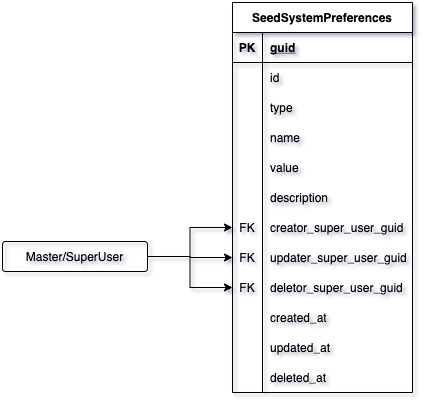
This is basedata/entities/images/ConfigSeedSystemPreferencesTable.png from 4uRest/documentation, a draw.io export, as it was before one commit. Source tidied: cells renumbered, new cells last; positions are measured from the earlier drawing's top-left corner, leaving out a move shared by most shapes. The source it was exported from:
```xml
<mxGraphModel>
  <root>
    <mxCell id="0" />
    <mxCell id="1" parent="0" />
    <mxCell id="2" value="SeedSystemPreferences" style="shape=table;startSize=30;rowLines=0;fontStyle=1;align=center;" parent="1" vertex="1">
      <mxGeometry x="230" width="180" height="390" as="geometry" />
    </mxCell>
    <mxCell id="3" style="shape=partialRectangle;fillColor=none;top=0;left=0;bottom=1;right=0;points=[[0,0.5],[1,0.5]];portConstraint=eastwest;" parent="2" vertex="1">
      <mxGeometry y="30" width="180" height="30" as="geometry" />
    </mxCell>
    <mxCell id="4" value="PK" style="shape=partialRectangle;fillColor=none;top=0;left=0;bottom=0;right=0;fontStyle=1;overflow=hidden;" parent="3" vertex="1">
      <mxGeometry width="30" height="30" as="geometry" />
    </mxCell>
    <mxCell id="5" value="guid" style="shape=partialRectangle;fillColor=none;top=0;left=0;bottom=0;right=0;align=left;spacingLeft=6;fontStyle=5;overflow=hidden;" parent="3" vertex="1">
      <mxGeometry x="30" width="150" height="30" as="geometry" />
    </mxCell>
    <mxCell id="6" style="shape=partialRectangle;fillColor=none;top=0;left=0;bottom=0;right=0;" parent="2" vertex="1">
      <mxGeometry y="60" width="180" height="30" as="geometry" />
    </mxCell>
    <mxCell id="7" style="shape=partialRectangle;fillColor=none;top=0;left=0;bottom=0;right=0;overflow=hidden;" parent="6" vertex="1">
      <mxGeometry width="30" height="30" as="geometry" />
    </mxCell>
    <mxCell id="8" value="id" style="shape=partialRectangle;fillColor=none;top=0;left=0;bottom=0;right=0;align=left;spacingLeft=6;overflow=hidden;" parent="6" vertex="1">
      <mxGeometry x="30" width="150" height="30" as="geometry" />
    </mxCell>
    <mxCell id="9" style="shape=partialRectangle;fillColor=none;top=0;left=0;bottom=0;right=0;" parent="2" vertex="1">
      <mxGeometry y="90" width="180" height="30" as="geometry" />
    </mxCell>
    <mxCell id="10" style="shape=partialRectangle;fillColor=none;top=0;left=0;bottom=0;right=0;overflow=hidden;" parent="9" vertex="1">
      <mxGeometry width="30" height="30" as="geometry" />
    </mxCell>
    <mxCell id="11" value="type" style="shape=partialRectangle;fillColor=none;top=0;left=0;bottom=0;right=0;align=left;spacingLeft=6;overflow=hidden;" parent="9" vertex="1">
      <mxGeometry x="30" width="150" height="30" as="geometry" />
    </mxCell>
    <mxCell id="12" style="shape=partialRectangle;fillColor=none;top=0;left=0;bottom=0;right=0;" parent="2" vertex="1">
      <mxGeometry y="120" width="180" height="30" as="geometry" />
    </mxCell>
    <mxCell id="13" style="shape=partialRectangle;fillColor=none;top=0;left=0;bottom=0;right=0;overflow=hidden;" parent="12" vertex="1">
      <mxGeometry width="30" height="30" as="geometry" />
    </mxCell>
    <mxCell id="14" value="name" style="shape=partialRectangle;fillColor=none;top=0;left=0;bottom=0;right=0;align=left;spacingLeft=6;overflow=hidden;" parent="12" vertex="1">
      <mxGeometry x="30" width="150" height="30" as="geometry" />
    </mxCell>
    <mxCell id="15" style="shape=partialRectangle;fillColor=none;top=0;left=0;bottom=0;right=0;" parent="2" vertex="1">
      <mxGeometry y="150" width="180" height="30" as="geometry" />
    </mxCell>
    <mxCell id="16" style="shape=partialRectangle;fillColor=none;top=0;left=0;bottom=0;right=0;overflow=hidden;" parent="15" vertex="1">
      <mxGeometry width="30" height="30" as="geometry" />
    </mxCell>
    <mxCell id="17" value="value" style="shape=partialRectangle;fillColor=none;top=0;left=0;bottom=0;right=0;align=left;spacingLeft=6;overflow=hidden;" parent="15" vertex="1">
      <mxGeometry x="30" width="150" height="30" as="geometry" />
    </mxCell>
    <mxCell id="18" style="shape=partialRectangle;fillColor=none;top=0;left=0;bottom=0;right=0;" parent="2" vertex="1">
      <mxGeometry y="180" width="180" height="30" as="geometry" />
    </mxCell>
    <mxCell id="19" style="shape=partialRectangle;fillColor=none;top=0;left=0;bottom=0;right=0;overflow=hidden;" parent="18" vertex="1">
      <mxGeometry width="30" height="30" as="geometry" />
    </mxCell>
    <mxCell id="20" value="description" style="shape=partialRectangle;fillColor=none;top=0;left=0;bottom=0;right=0;align=left;spacingLeft=6;overflow=hidden;" parent="18" vertex="1">
      <mxGeometry x="30" width="150" height="30" as="geometry" />
    </mxCell>
    <mxCell id="21" style="shape=partialRectangle;top=0;left=0;bottom=0;right=0;points=[[0,0.5],[1,0.5]];portConstraint=eastwest;fillColor=none;" parent="2" vertex="1">
      <mxGeometry y="210" width="180" height="30" as="geometry" />
    </mxCell>
    <mxCell id="22" value="FK" style="shape=partialRectangle;fillColor=none;top=0;left=0;bottom=0;right=0;overflow=hidden;" parent="21" vertex="1">
      <mxGeometry width="30" height="30" as="geometry" />
    </mxCell>
    <mxCell id="23" value="creator_super_user_guid" style="shape=partialRectangle;fillColor=none;top=0;left=0;bottom=0;right=0;align=left;spacingLeft=6;overflow=hidden;" parent="21" vertex="1">
      <mxGeometry x="30" width="150" height="30" as="geometry" />
    </mxCell>
    <mxCell id="24" style="shape=partialRectangle;top=0;left=0;bottom=0;right=0;points=[[0,0.5],[1,0.5]];portConstraint=eastwest;fillColor=none;" parent="2" vertex="1">
      <mxGeometry y="240" width="180" height="30" as="geometry" />
    </mxCell>
    <mxCell id="25" value="FK" style="shape=partialRectangle;fillColor=none;top=0;left=0;bottom=0;right=0;overflow=hidden;" parent="24" vertex="1">
      <mxGeometry width="30" height="30" as="geometry" />
    </mxCell>
    <mxCell id="26" value="updater_super_user_guid" style="shape=partialRectangle;fillColor=none;top=0;left=0;bottom=0;right=0;align=left;spacingLeft=6;overflow=hidden;" parent="24" vertex="1">
      <mxGeometry x="30" width="150" height="30" as="geometry" />
    </mxCell>
    <mxCell id="27" style="shape=partialRectangle;top=0;left=0;bottom=0;right=0;points=[[0,0.5],[1,0.5]];portConstraint=eastwest;fillColor=none;" parent="2" vertex="1">
      <mxGeometry y="270" width="180" height="30" as="geometry" />
    </mxCell>
    <mxCell id="28" value="FK" style="shape=partialRectangle;fillColor=none;top=0;left=0;bottom=0;right=0;overflow=hidden;" parent="27" vertex="1">
      <mxGeometry width="30" height="30" as="geometry" />
    </mxCell>
    <mxCell id="29" value="deletor_super_user_guid" style="shape=partialRectangle;fillColor=none;top=0;left=0;bottom=0;right=0;align=left;spacingLeft=6;overflow=hidden;" parent="27" vertex="1">
      <mxGeometry x="30" width="150" height="30" as="geometry" />
    </mxCell>
    <mxCell id="30" style="shape=partialRectangle;fillColor=none;top=0;left=0;bottom=0;right=0;" parent="2" vertex="1">
      <mxGeometry y="300" width="180" height="30" as="geometry" />
    </mxCell>
    <mxCell id="31" style="shape=partialRectangle;fillColor=none;top=0;left=0;bottom=0;right=0;overflow=hidden;" parent="30" vertex="1">
      <mxGeometry width="30" height="30" as="geometry" />
    </mxCell>
    <mxCell id="32" value="created_at" style="shape=partialRectangle;fillColor=none;top=0;left=0;bottom=0;right=0;align=left;spacingLeft=6;overflow=hidden;" parent="30" vertex="1">
      <mxGeometry x="30" width="150" height="30" as="geometry" />
    </mxCell>
    <mxCell id="33" style="shape=partialRectangle;fillColor=none;top=0;left=0;bottom=0;right=0;" parent="2" vertex="1">
      <mxGeometry y="330" width="180" height="30" as="geometry" />
    </mxCell>
    <mxCell id="34" style="shape=partialRectangle;fillColor=none;top=0;left=0;bottom=0;right=0;overflow=hidden;" parent="33" vertex="1">
      <mxGeometry width="30" height="30" as="geometry" />
    </mxCell>
    <mxCell id="35" value="updated_at" style="shape=partialRectangle;fillColor=none;top=0;left=0;bottom=0;right=0;align=left;spacingLeft=6;overflow=hidden;" parent="33" vertex="1">
      <mxGeometry x="30" width="150" height="30" as="geometry" />
    </mxCell>
    <mxCell id="36" style="shape=partialRectangle;fillColor=none;top=0;left=0;bottom=0;right=0;" parent="2" vertex="1">
      <mxGeometry y="360" width="180" height="30" as="geometry" />
    </mxCell>
    <mxCell id="37" style="shape=partialRectangle;fillColor=none;top=0;left=0;bottom=0;right=0;overflow=hidden;" parent="36" vertex="1">
      <mxGeometry width="30" height="30" as="geometry" />
    </mxCell>
    <mxCell id="38" value="deleted_at" style="shape=partialRectangle;fillColor=none;top=0;left=0;bottom=0;right=0;align=left;spacingLeft=6;overflow=hidden;" parent="36" vertex="1">
      <mxGeometry x="30" width="150" height="30" as="geometry" />
    </mxCell>
    <mxCell id="39" style="edgeStyle=orthogonalEdgeStyle;rounded=0;jettySize=auto;html=1;exitX=1;exitY=0.5;exitDx=0;exitDy=0;entryX=0;entryY=0.5;entryDx=0;entryDy=0;" parent="1" edge="1" source="42" target="21">
      <mxGeometry relative="1" as="geometry" />
    </mxCell>
    <mxCell id="40" style="edgeStyle=orthogonalEdgeStyle;rounded=0;jettySize=auto;html=1;exitX=1;exitY=0.5;exitDx=0;exitDy=0;entryX=0;entryY=0.5;entryDx=0;entryDy=0;" parent="1" edge="1" source="42" target="27">
      <mxGeometry relative="1" as="geometry" />
    </mxCell>
    <mxCell id="41" style="edgeStyle=orthogonalEdgeStyle;rounded=0;jettySize=auto;html=1;exitX=1;exitY=0.5;exitDx=0;exitDy=0;entryX=0;entryY=0.5;entryDx=0;entryDy=0;" parent="1" edge="1" source="42" target="24">
      <mxGeometry relative="1" as="geometry" />
    </mxCell>
    <mxCell id="42" value="Master/SuperUser" style="rounded=1;arcSize=10;whiteSpace=wrap;html=1;align=center;fillColor=none;" parent="1" vertex="1">
      <mxGeometry y="239" width="145" height="30" as="geometry" />
    </mxCell>
  </root>
</mxGraphModel>
```
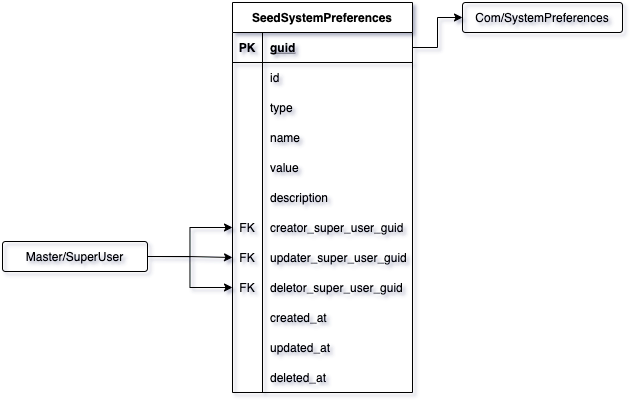
The same diagram one commit later.

Change to the diagram source:
```diff
@@ -125,5 +125,11 @@
     <mxCell id="42" value="Master/SuperUser" style="rounded=1;arcSize=10;whiteSpace=wrap;html=1;align=center;fillColor=none;" parent="1" vertex="1">
       <mxGeometry y="239" width="145" height="30" as="geometry" />
     </mxCell>
+    <mxCell id="43" value="Com/SystemPreferences" style="rounded=1;arcSize=10;whiteSpace=wrap;html=1;align=center;fillColor=none;" parent="1" vertex="1">
+      <mxGeometry x="460" width="160" height="30" as="geometry" />
+    </mxCell>
+    <mxCell id="44" style="edgeStyle=orthogonalEdgeStyle;rounded=0;jettySize=auto;html=1;exitX=1;exitY=0.5;exitDx=0;exitDy=0;entryX=0;entryY=0.5;entryDx=0;entryDy=0;" parent="1" edge="1" source="3" target="43">
+      <mxGeometry relative="1" as="geometry" />
+    </mxCell>
   </root>
 </mxGraphModel>
```
